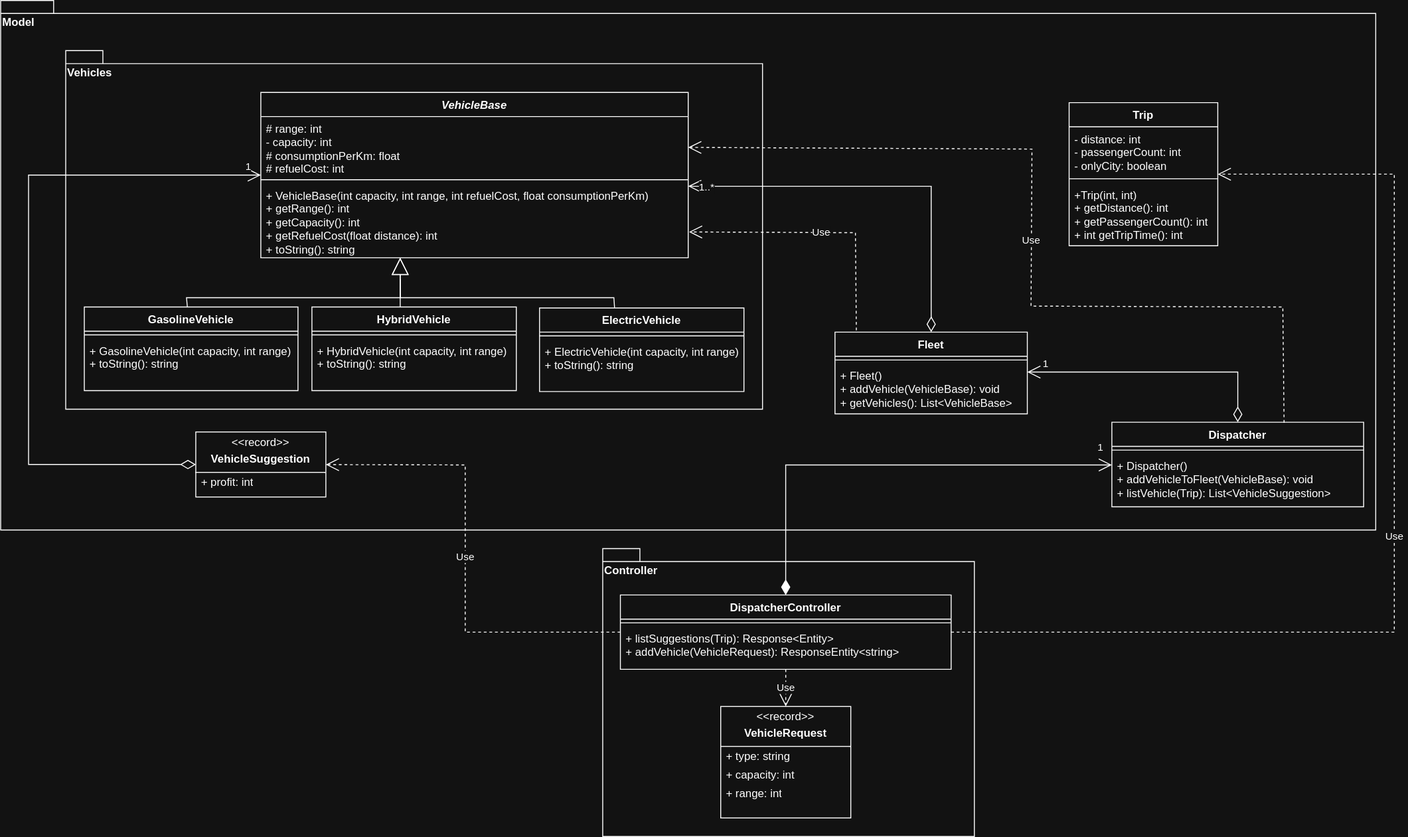
csnorbi11/SoftDevInternAssignment keeps this draw.io diagram as ClassDiagram.svg. Above is the earlier version. Source tidied: cells renumbered, new cells last; positions are measured from the earlier drawing's top-left corner, leaving out a move shared by most shapes.
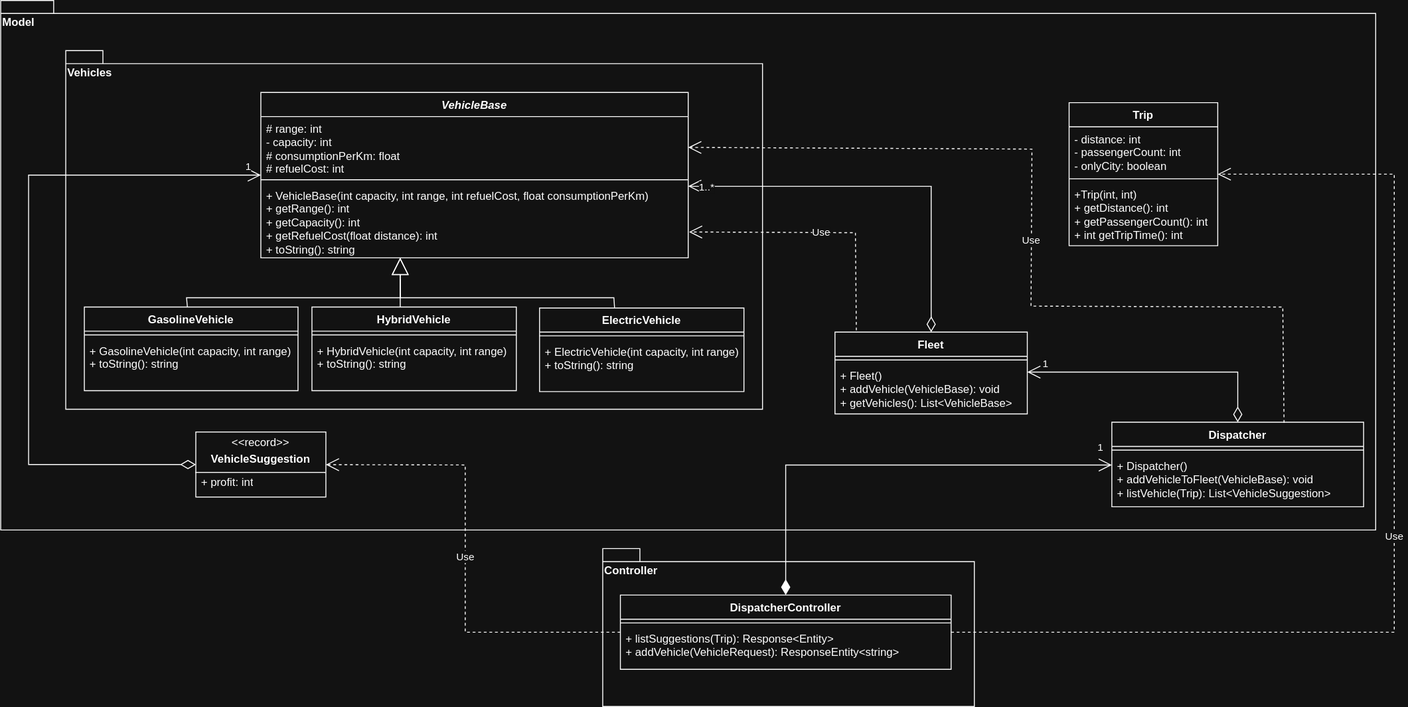
Later version of the same file.

Commit message:
classdiagram updated readme.md update DispatcherController now cant get request to add new vehicles through the API

The edit, as a diff of the source:
```diff
@@ -3,7 +3,7 @@
     <mxCell id="0" />
     <mxCell id="1" parent="0" />
     <mxCell id="2" value="Controller" style="shape=folder;fontStyle=1;spacingTop=10;tabWidth=40;tabHeight=14;tabPosition=left;html=1;whiteSpace=wrap;verticalAlign=top;align=left;" parent="1" vertex="1">
-      <mxGeometry x="648" y="590" width="400" height="310" as="geometry" />
+      <mxGeometry x="648" y="590" width="400" height="170" as="geometry" />
     </mxCell>
     <mxCell id="3" value="Model" style="shape=folder;fontStyle=1;spacingTop=10;tabWidth=40;tabHeight=14;tabPosition=left;html=1;whiteSpace=wrap;verticalAlign=top;align=left;" parent="1" vertex="1">
       <mxGeometry width="1480" height="570" as="geometry" />
@@ -124,21 +124,6 @@
         </Array>
       </mxGeometry>
     </mxCell>
-    <mxCell id="32" style="group;" parent="1" vertex="1">
-      <mxGeometry x="775" y="760" width="140" height="120" as="geometry" />
-    </mxCell>
-    <mxCell id="33" value="&lt;p style=&quot;margin:0px;margin-top:4px;text-align:center;&quot;&gt;&amp;lt;&amp;lt;record&amp;gt;&amp;gt;&lt;/p&gt;&lt;p style=&quot;margin:0px;margin-top:4px;text-align:center;&quot;&gt;&lt;b&gt;VehicleRequest&lt;/b&gt;&lt;/p&gt;&lt;hr size=&quot;1&quot; style=&quot;border-style:solid;&quot;&gt;&lt;div style=&quot;height:2px;&quot;&gt;&lt;br&gt;&lt;/div&gt;" style="verticalAlign=top;align=left;overflow=fill;html=1;whiteSpace=wrap;" parent="32" vertex="1">
-      <mxGeometry width="140" height="120" as="geometry" />
-    </mxCell>
-    <mxCell id="34" value="+ type: string" style="text;strokeColor=none;fillColor=none;align=left;verticalAlign=top;spacingLeft=4;spacingRight=4;overflow=hidden;whiteSpace=wrap;html=1;" parent="32" vertex="1">
-      <mxGeometry y="40" width="140" height="26" as="geometry" />
-    </mxCell>
-    <mxCell id="35" value="+ capacity: int" style="text;strokeColor=none;fillColor=none;align=left;verticalAlign=top;spacingLeft=4;spacingRight=4;overflow=hidden;whiteSpace=wrap;html=1;" parent="32" vertex="1">
-      <mxGeometry y="60" width="140" height="26" as="geometry" />
-    </mxCell>
-    <mxCell id="36" value="+ range: int" style="text;strokeColor=none;fillColor=none;align=left;verticalAlign=top;spacingLeft=4;spacingRight=4;overflow=hidden;whiteSpace=wrap;html=1;" parent="32" vertex="1">
-      <mxGeometry y="80" width="140" height="26" as="geometry" />
-    </mxCell>
     <mxCell id="37" style="group;" parent="1" vertex="1">
       <mxGeometry x="210" y="464.5" width="140" height="70" as="geometry" />
     </mxCell>
@@ -164,9 +149,6 @@
         </Array>
       </mxGeometry>
     </mxCell>
-    <mxCell id="42" value="Use" style="endArrow=open;endSize=12;dashed=1;html=1;rounded=0;" parent="1" edge="1" source="25" target="33">
-      <mxGeometry relative="1" as="geometry" />
-    </mxCell>
     <mxCell id="43" value="HybridVehicle" style="swimlane;fontStyle=1;align=center;verticalAlign=top;horizontal=1;startSize=26;whiteSpace=wrap;html=1;" parent="1" vertex="1">
       <mxGeometry x="335" y="330" width="220" height="90" as="geometry" />
     </mxCell>
```
